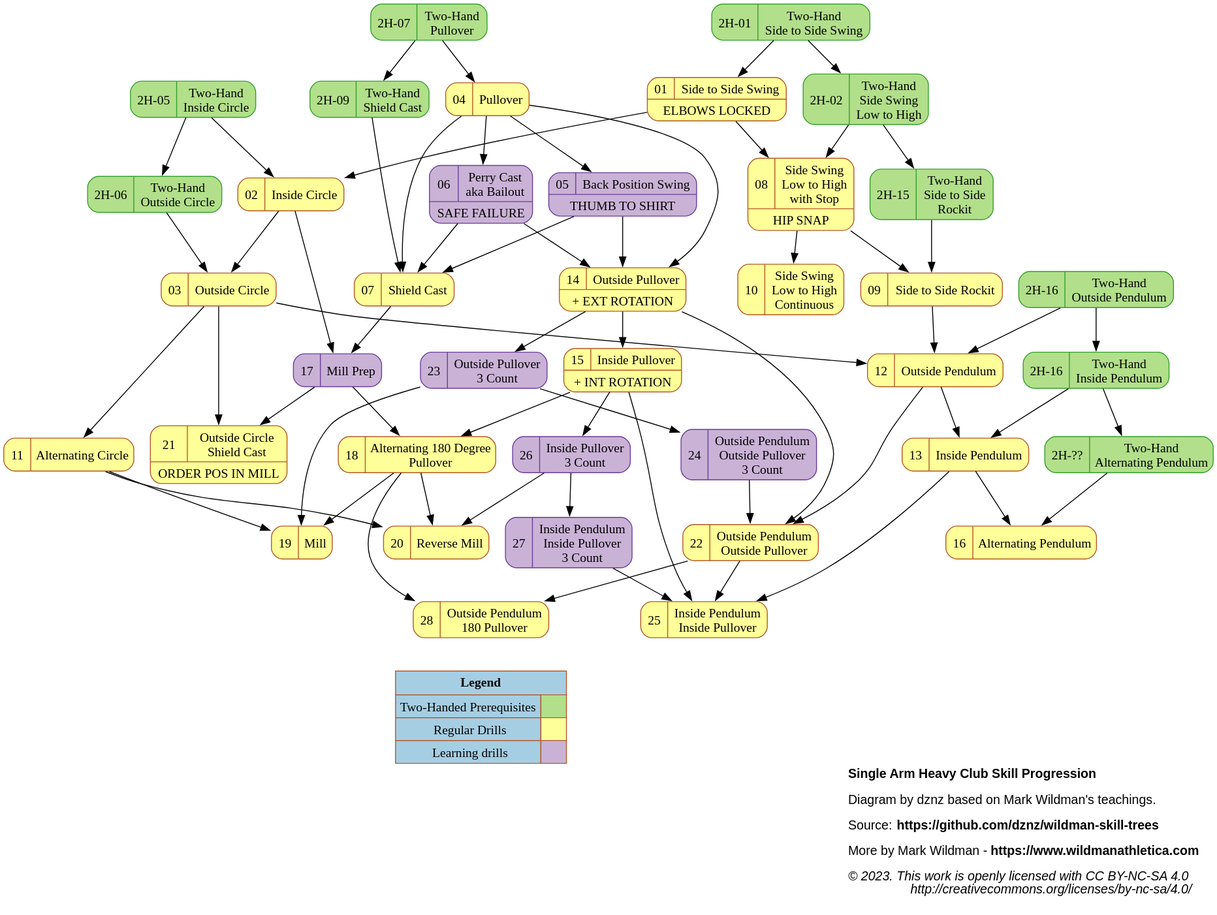
Above: dist/hc_sa_progression.svg in dznz/wildman-skill-trees (PlantUML), before the change. Its source is kept beside it as src/hc/hc_sa_progression.puml.
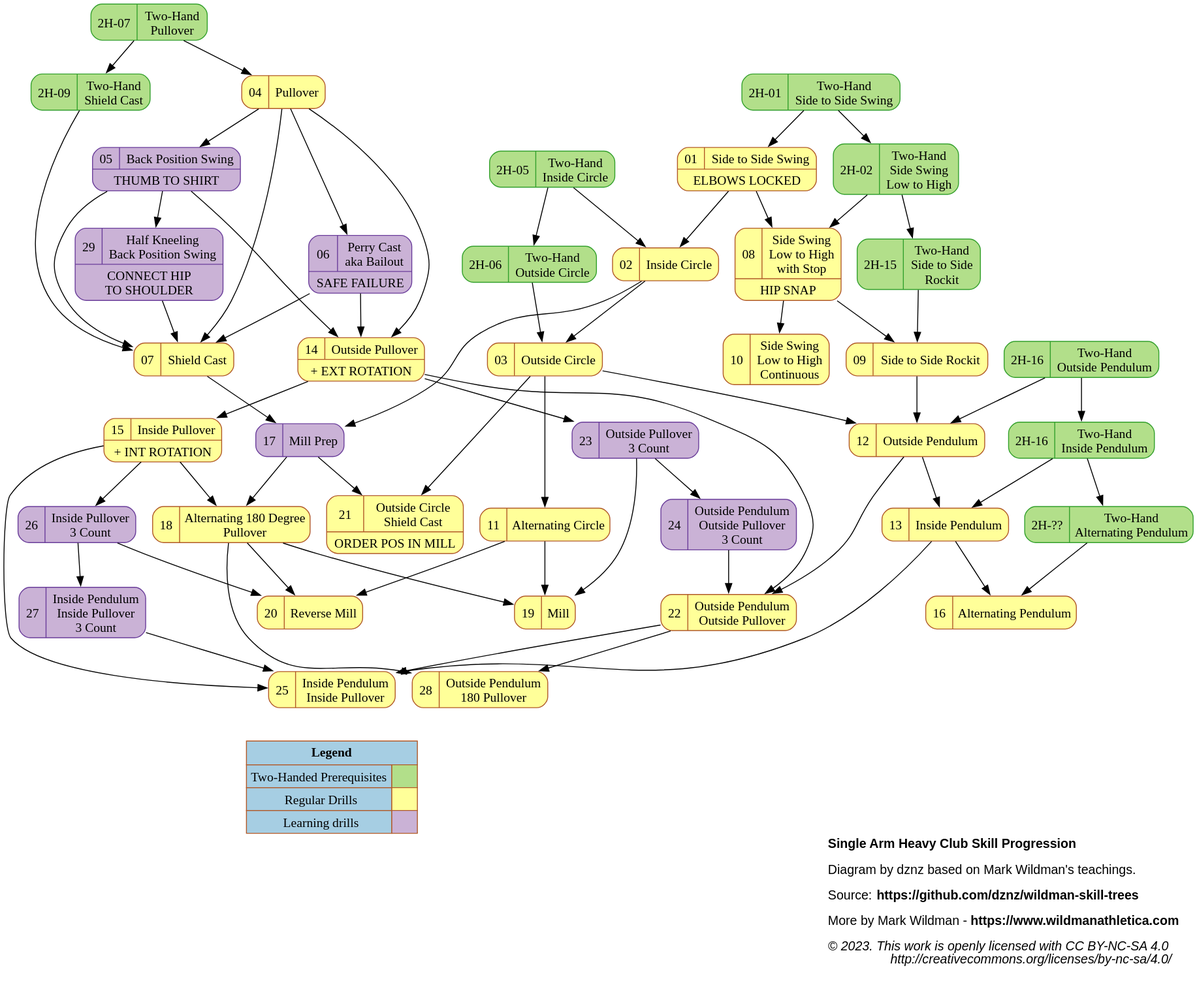
After the change.

Change to the diagram source:
```diff
@@ -28,6 +28,7 @@
     node [color=10, fillcolor=9]
     mov_05_backs2s, mov_06_perry, mov_17_millprep, mov_23_outpull3count
     mov_24_outpendoutpull3c, mov_26_inpull3count, mov_27_inpendinpull3c
+    mov_29_kneelbackswing
   }
 
   // Movements external to this diagram
@@ -50,34 +51,35 @@
   ext_2h_inpend       [label="{{2H-16|Two-Hand\nInside Pendulum}}"]
   ext_2h_altpend      [label="{{2H-??|Two-Hand\nAlternating Pendulum}}" URL="https://www.youtube.com/watch?v=GULjXPS_ba4"]
 
-  mov_01_s2s              [label="{{01|Side to Side Swing}|ELBOWS LOCKED}"              URL="https://www.youtube.com/watch?v=cosgyt2BQG4"];
-  mov_02_incircle         [label="{{02|Inside Circle}}"                                 URL="https://www.youtube.com/watch?v=-gtRj1KEUmw"];
-  mov_03_outcircle        [label="{{03|Outside Circle}}"                                URL="https://www.youtube.com/watch?v=Mf2QuZvRtQ4"];
-  mov_04_pullover         [label="{{04|Pullover}}"                                      URL="https://www.youtube.com/watch?v=HHT6TrTLJM8"];
-  mov_05_backs2s          [label="{{05|Back Position Swing}|THUMB TO SHIRT}"            URL="https://www.youtube.com/watch?v=sxePeWDR1U0"];
-  mov_06_perry            [label="{{06|Perry Cast\naka Bailout}|SAFE FAILURE}"          URL="https://www.youtube.com/watch?v=FpUecSrX_AI"];
-  mov_07_sc               [label="{{07|Shield Cast}}"                                   URL="https://www.youtube.com/watch?v=huwc0g3yLWk"];
-  mov_08_sideswingl2h     [label="{{08|Side Swing\nLow to High\nwith Stop}|HIP SNAP}"   URL="https://www.youtube.com/watch?v=0_wHseV7B-o"];
-  mov_09_s2srockit        [label="{{09|Side to Side Rockit}}"                           URL="https://www.youtube.com/watch?v=I26O1ct_hik"];
-  mov_10_sideswingl2hcont [label="{{10|Side Swing\nLow to High\nContinuous}}"           URL="https://www.youtube.com/watch?v=_Yd8I7U44mw"];
-  mov_11_altcircle        [label="{{11|Alternating Circle}}"                            URL="https://www.youtube.com/watch?v=yuJNSETl-tI"];
-  mov_12_outpend          [label="{{12|Outside Pendulum}}"                              URL="https://www.youtube.com/watch?v=q8l1G7UoERA"];
-  mov_13_inpend           [label="{{13|Inside Pendulum}}"                               URL="https://www.youtube.com/watch?v=4LqqrNosRiI"];
-  mov_14_outpull          [label="{{14|Outside Pullover}|+ EXT ROTATION}"               URL="https://www.youtube.com/watch?v=sJ5XCgdCMx8"];
-  mov_15_inpull           [label="{{15|Inside Pullover}|+ INT ROTATION}"                URL="https://www.youtube.com/watch?v=DQg80eX08hg"];
-  mov_16_altpend          [label="{{16|Alternating Pendulum}}"                          URL="https://www.youtube.com/watch?v=eIkqXJ5d7V4"];
-  mov_17_millprep         [label="{{17|Mill Prep}}"                                     URL="https://www.youtube.com/watch?v=TSjIEfyJGKY"];
-  mov_18_alt180pull       [label="{{18|Alternating 180 Degree\nPullover}}"              URL="https://www.youtube.com/watch?v=brM1Ybg9v7E"];
-  mov_19_mill             [label="{{19|Mill}}"                                          URL="https://www.youtube.com/watch?v=0fm3VX0iKnA"];
-  mov_20_revmill          [label="{{20|Reverse Mill}}"                                  URL="https://www.youtube.com/watch?v=B8YWWwRB8fo"];
-  mov_21_outcirclesc      [label="{{21|Outside Circle\nShield Cast}|ORDER POS IN MILL}" URL="https://www.youtube.com/watch?v=NdJlzFTbQwo"];
-  mov_22_outpendoutpull   [label="{{22|Outside Pendulum\nOutside Pullover}}"            URL="https://www.youtube.com/watch?v=b0Ztc-54C_Y"];
-  mov_23_outpull3count    [label="{{23|Outside Pullover\n3 Count}}"                     URL="https://www.youtube.com/watch?v=_hJaJVaMPtE"];
-  mov_24_outpendoutpull3c [label="{{24|Outside Pendulum\nOutside Pullover\n3 Count}}"   URL="https://www.youtube.com/watch?v=FauiblV5PHg"];
-  mov_25_inpendinpull     [label="{{25|Inside Pendulum\nInside Pullover}}"              URL="https://www.youtube.com/watch?v=VFaO93BsNaA"];
-  mov_26_inpull3count     [label="{{26|Inside Pullover\n3 Count}}"                      URL="https://www.youtube.com/watch?v=lBKIaQ6iej8"];
-  mov_27_inpendinpull3c   [label="{{27|Inside Pendulum\nInside Pullover\n3 Count}}"     URL="https://www.youtube.com/watch?v=Vv4rdCks2f8"];
-  mov_28_outpend180pull   [label="{{28|Outside Pendulum\n180 Pullover}}"                URL="https://www.youtube.com/watch?v=dATAyVyvbnw"];
+  mov_01_s2s              [label="{{01|Side to Side Swing}|ELBOWS LOCKED}"                            URL="https://www.youtube.com/watch?v=cosgyt2BQG4"];
+  mov_02_incircle         [label="{{02|Inside Circle}}"                                               URL="https://www.youtube.com/watch?v=-gtRj1KEUmw"];
+  mov_03_outcircle        [label="{{03|Outside Circle}}"                                              URL="https://www.youtube.com/watch?v=Mf2QuZvRtQ4"];
+  mov_04_pullover         [label="{{04|Pullover}}"                                                    URL="https://www.youtube.com/watch?v=HHT6TrTLJM8"];
+  mov_05_backs2s          [label="{{05|Back Position Swing}|THUMB TO SHIRT}"                          URL="https://www.youtube.com/watch?v=sxePeWDR1U0"];
+  mov_06_perry            [label="{{06|Perry Cast\naka Bailout}|SAFE FAILURE}"                        URL="https://www.youtube.com/watch?v=FpUecSrX_AI"];
+  mov_07_sc               [label="{{07|Shield Cast}}"                                                 URL="https://www.youtube.com/watch?v=huwc0g3yLWk"];
+  mov_08_sideswingl2h     [label="{{08|Side Swing\nLow to High\nwith Stop}|HIP SNAP}"                 URL="https://www.youtube.com/watch?v=0_wHseV7B-o"];
+  mov_09_s2srockit        [label="{{09|Side to Side Rockit}}"                                         URL="https://www.youtube.com/watch?v=I26O1ct_hik"];
+  mov_10_sideswingl2hcont [label="{{10|Side Swing\nLow to High\nContinuous}}"                         URL="https://www.youtube.com/watch?v=_Yd8I7U44mw"];
+  mov_11_altcircle        [label="{{11|Alternating Circle}}"                                          URL="https://www.youtube.com/watch?v=yuJNSETl-tI"];
+  mov_12_outpend          [label="{{12|Outside Pendulum}}"                                            URL="https://www.youtube.com/watch?v=q8l1G7UoERA"];
+  mov_13_inpend           [label="{{13|Inside Pendulum}}"                                             URL="https://www.youtube.com/watch?v=4LqqrNosRiI"];
+  mov_14_outpull          [label="{{14|Outside Pullover}|+ EXT ROTATION}"                             URL="https://www.youtube.com/watch?v=sJ5XCgdCMx8"];
+  mov_15_inpull           [label="{{15|Inside Pullover}|+ INT ROTATION}"                              URL="https://www.youtube.com/watch?v=DQg80eX08hg"];
+  mov_16_altpend          [label="{{16|Alternating Pendulum}}"                                        URL="https://www.youtube.com/watch?v=eIkqXJ5d7V4"];
+  mov_17_millprep         [label="{{17|Mill Prep}}"                                                   URL="https://www.youtube.com/watch?v=TSjIEfyJGKY"];
+  mov_18_alt180pull       [label="{{18|Alternating 180 Degree\nPullover}}"                            URL="https://www.youtube.com/watch?v=brM1Ybg9v7E"];
+  mov_19_mill             [label="{{19|Mill}}"                                                        URL="https://www.youtube.com/watch?v=0fm3VX0iKnA"];
+  mov_20_revmill          [label="{{20|Reverse Mill}}"                                                URL="https://www.youtube.com/watch?v=B8YWWwRB8fo"];
+  mov_21_outcirclesc      [label="{{21|Outside Circle\nShield Cast}|ORDER POS IN MILL}"               URL="https://www.youtube.com/watch?v=NdJlzFTbQwo"];
+  mov_22_outpendoutpull   [label="{{22|Outside Pendulum\nOutside Pullover}}"                          URL="https://www.youtube.com/watch?v=b0Ztc-54C_Y"];
+  mov_23_outpull3count    [label="{{23|Outside Pullover\n3 Count}}"                                   URL="https://www.youtube.com/watch?v=_hJaJVaMPtE"];
+  mov_24_outpendoutpull3c [label="{{24|Outside Pendulum\nOutside Pullover\n3 Count}}"                 URL="https://www.youtube.com/watch?v=FauiblV5PHg"];
+  mov_25_inpendinpull     [label="{{25|Inside Pendulum\nInside Pullover}}"                            URL="https://www.youtube.com/watch?v=VFaO93BsNaA"];
+  mov_26_inpull3count     [label="{{26|Inside Pullover\n3 Count}}"                                    URL="https://www.youtube.com/watch?v=lBKIaQ6iej8"];
+  mov_27_inpendinpull3c   [label="{{27|Inside Pendulum\nInside Pullover\n3 Count}}"                   URL="https://www.youtube.com/watch?v=Vv4rdCks2f8"];
+  mov_28_outpend180pull   [label="{{28|Outside Pendulum\n180 Pullover}}"                              URL="https://www.youtube.com/watch?v=dATAyVyvbnw"];
+  mov_29_kneelbackswing   [label="{{29|Half Kneeling\nBack Position Swing}|CONNECT HIP\nTO SHOULDER}" URL="https://www.youtube.com/watch?v=H590if5eTeE"];
 
   // external skill links
   ext_2h_s2s -> ext_2h_sideswingl2h -> ext_2h_s2srockit;
@@ -109,6 +111,7 @@
   mov_04_pullover -> mov_07_sc;
   mov_04_pullover -> mov_05_backs2s -> mov_07_sc;
   mov_04_pullover -> mov_06_perry -> mov_07_sc;
+  mov_29_kneelbackswing -> mov_07_sc;
   mov_05_backs2s -> mov_14_outpull;
   mov_06_perry -> mov_14_outpull;
   mov_04_pullover -> mov_14_outpull;
@@ -130,6 +133,7 @@
   mov_26_inpull3count -> mov_27_inpendinpull3c
   {mov_13_inpend, mov_15_inpull, mov_22_outpendoutpull, mov_27_inpendinpull3c} -> mov_25_inpendinpull
   {mov_18_alt180pull, mov_22_outpendoutpull} -> mov_28_outpend180pull
+  mov_05_backs2s -> mov_29_kneelbackswing
 
   // Layout Hacks
   { rank=same; mov_22_outpendoutpull; mov_16_altpend}
```
